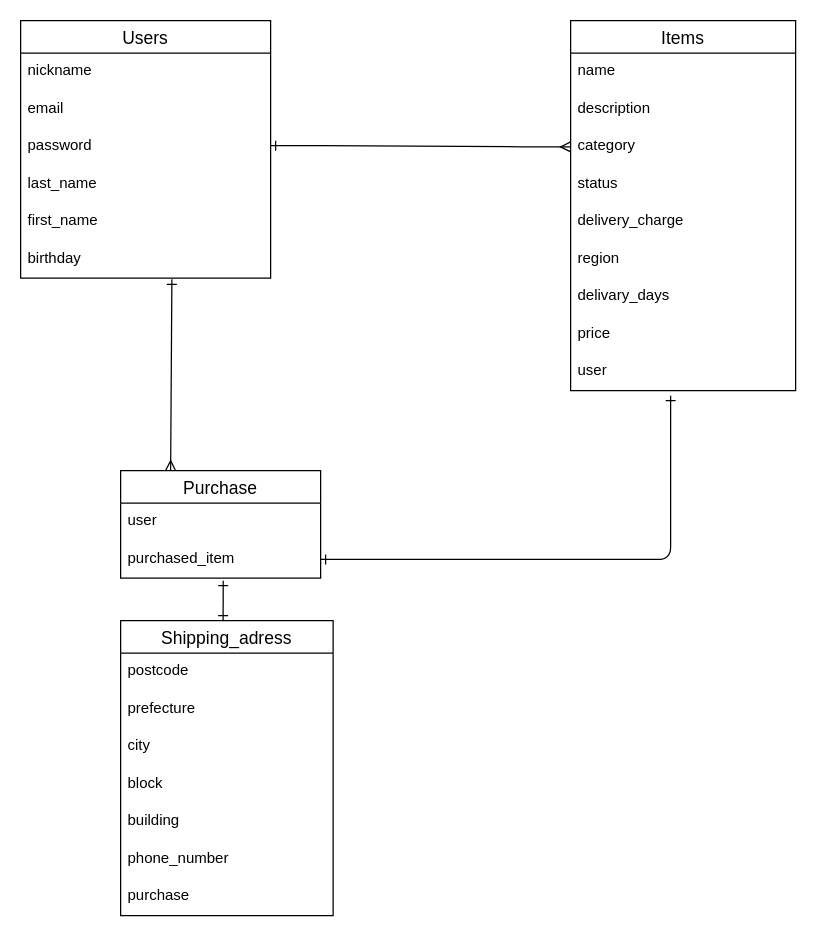
The draw.io diagram furima.dio in greentomatoma/furima-34734, before the edit. Source tidied: cells renumbered, new cells numbered last; positions are measured from the earlier drawing's top-left corner, leaving out a move shared by most shapes. Both pictures are drawn from the tidied source at 125%, with x=0, y=0 at pixel (20, 20).
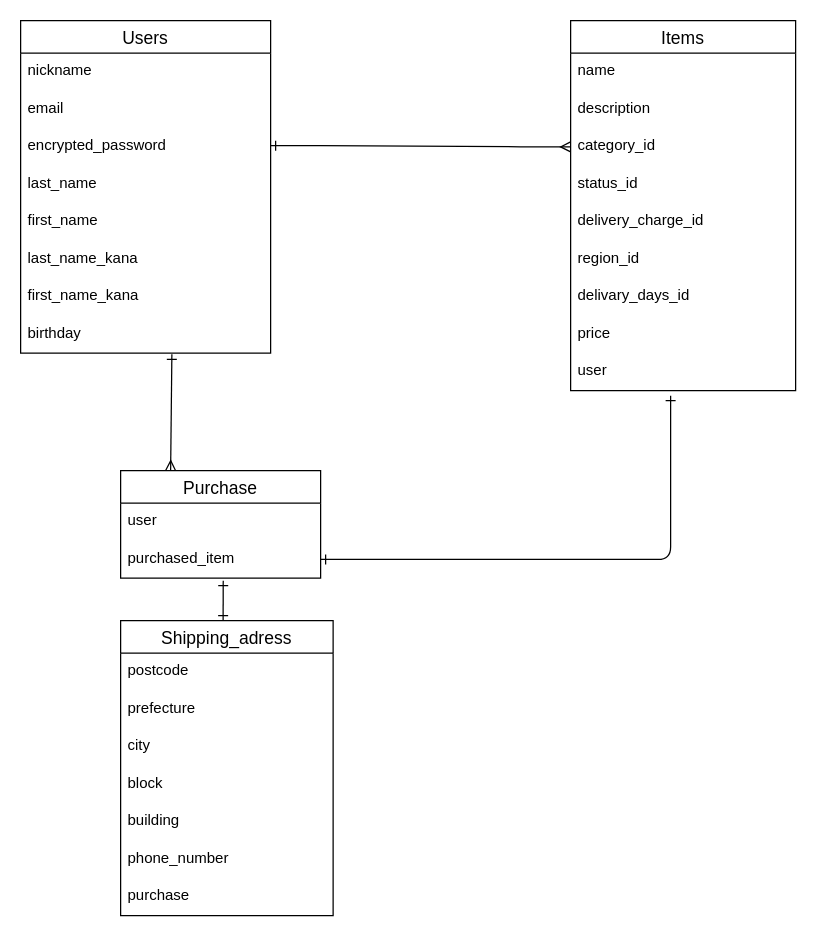
After the change.

Commit message (it also covers changes not shown here):
データベース設計 修正

The change refers to these unchanged cells:
```xml
<mxCell id="9" value="Items" style="swimlane;fontStyle=0;horizontal=1;startSize=26;align=center;fontSize=14;" parent="1" vertex="1">
  <mxGeometry x="440" width="180" height="296" as="geometry" />
</mxCell>
```

Diff of the diagram source:
```diff
@@
     <mxCell id="2" value="Users" style="swimlane;fontStyle=0;horizontal=1;startSize=26;align=center;fontSize=14;" parent="1" vertex="1">
-      <mxGeometry width="200" height="206" as="geometry" />
+      <mxGeometry width="200" height="266" as="geometry" />
     </mxCell>
@@
-    <mxCell id="5" value="password" style="text;strokeColor=none;fillColor=none;spacingLeft=4;spacingRight=4;overflow=hidden;fontSize=12;" parent="2" vertex="1">
+    <mxCell id="5" value="encrypted_password" style="text;strokeColor=none;fillColor=none;spacingLeft=4;spacingRight=4;overflow=hidden;fontSize=12;" parent="2" vertex="1">
       <mxGeometry y="86" width="200" height="30" as="geometry" />
     </mxCell>
@@
+    <mxCell id="34" value="last_name_kana" style="text;strokeColor=none;fillColor=none;spacingLeft=4;spacingRight=4;overflow=hidden;fontSize=12;" parent="2" vertex="1">
+      <mxGeometry y="176" width="200" height="30" as="geometry" />
+    </mxCell>
+    <mxCell id="35" value="first_name_kana" style="text;strokeColor=none;fillColor=none;spacingLeft=4;spacingRight=4;overflow=hidden;fontSize=12;" parent="2" vertex="1">
+      <mxGeometry y="206" width="200" height="30" as="geometry" />
+    </mxCell>
     <mxCell id="8" value="birthday" style="text;strokeColor=none;fillColor=none;spacingLeft=4;spacingRight=4;overflow=hidden;points=[[0,0.5],[1,0.5]];portConstraint=eastwest;fontSize=12;" parent="2" vertex="1">
-      <mxGeometry y="176" width="200" height="30" as="geometry" />
+      <mxGeometry y="236" width="200" height="30" as="geometry" />
     </mxCell>
@@
-    <mxCell id="12" value="category" style="text;strokeColor=none;fillColor=none;spacingLeft=4;spacingRight=4;overflow=hidden;points=[[0,0.5],[1,0.5]];portConstraint=eastwest;fontSize=12;" parent="9" vertex="1">
+    <mxCell id="12" value="category_id" style="text;strokeColor=none;fillColor=none;spacingLeft=4;spacingRight=4;overflow=hidden;points=[[0,0.5],[1,0.5]];portConstraint=eastwest;fontSize=12;" parent="9" vertex="1">
       <mxGeometry y="86" width="180" height="30" as="geometry" />
     </mxCell>
-    <mxCell id="13" value="status" style="text;strokeColor=none;fillColor=none;spacingLeft=4;spacingRight=4;overflow=hidden;fontSize=12;" parent="9" vertex="1">
+    <mxCell id="13" value="status_id" style="text;strokeColor=none;fillColor=none;spacingLeft=4;spacingRight=4;overflow=hidden;fontSize=12;" parent="9" vertex="1">
       <mxGeometry y="116" width="180" height="30" as="geometry" />
     </mxCell>
-    <mxCell id="14" value="delivery_charge" style="text;strokeColor=none;fillColor=none;spacingLeft=4;spacingRight=4;overflow=hidden;fontSize=12;" parent="9" vertex="1">
+    <mxCell id="14" value="delivery_charge_id" style="text;strokeColor=none;fillColor=none;spacingLeft=4;spacingRight=4;overflow=hidden;fontSize=12;" parent="9" vertex="1">
       <mxGeometry y="146" width="180" height="30" as="geometry" />
     </mxCell>
-    <mxCell id="15" value="region" style="text;strokeColor=none;fillColor=none;spacingLeft=4;spacingRight=4;overflow=hidden;fontSize=12;" parent="9" vertex="1">
+    <mxCell id="15" value="region_id" style="text;strokeColor=none;fillColor=none;spacingLeft=4;spacingRight=4;overflow=hidden;fontSize=12;" parent="9" vertex="1">
       <mxGeometry y="176" width="180" height="30" as="geometry" />
     </mxCell>
-    <mxCell id="16" value="delivary_days" style="text;strokeColor=none;fillColor=none;spacingLeft=4;spacingRight=4;overflow=hidden;fontSize=12;" parent="9" vertex="1">
+    <mxCell id="16" value="delivary_days_id" style="text;strokeColor=none;fillColor=none;spacingLeft=4;spacingRight=4;overflow=hidden;fontSize=12;" parent="9" vertex="1">
       <mxGeometry y="206" width="180" height="30" as="geometry" />
     </mxCell>
```
